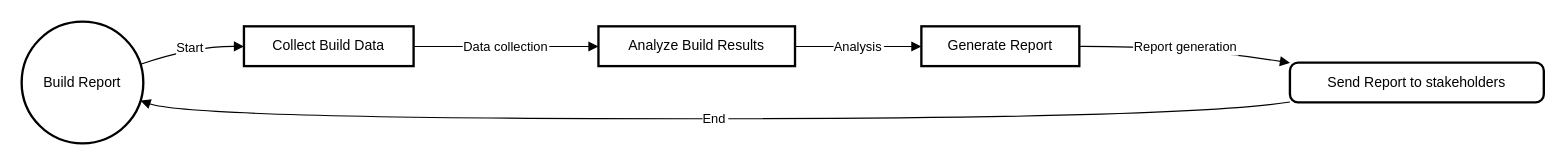
The draw.io diagram ME_Report.drawio in MondeMbono/Work_Stuff, before the edit. Source tidied: cells renumbered, new cells numbered last; positions are measured from the earlier drawing's top-left corner, leaving out a move shared by most shapes. Both pictures are drawn from the tidied source at 117%, with x=0, y=0 at pixel (21, 21).
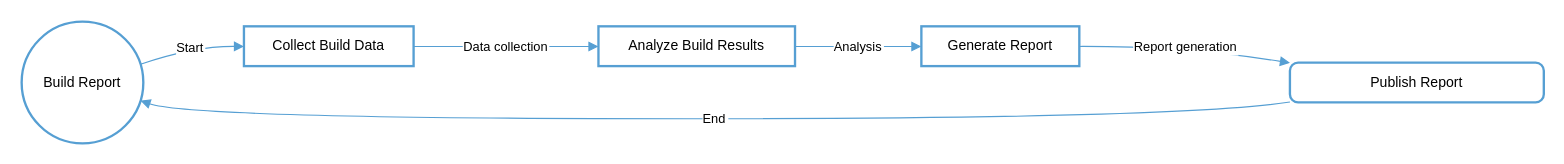
Above is the later version.

The edit, as a diff of the source:
```diff
@@
 <mxGraphModel>
   <root>
     <mxCell id="0" />
     <mxCell id="1" parent="0" />
-    <mxCell id="2" value="Build Report" style="ellipse;strokeWidth=2;whiteSpace=wrap;" parent="1" vertex="1">
+    <mxCell id="2" value="Build Report" style="ellipse;strokeWidth=2;whiteSpace=wrap;strokeColor=#569fd3;" parent="1" vertex="1">
       <mxGeometry width="104" height="104" as="geometry" />
     </mxCell>
-    <mxCell id="3" value="Collect Build Data" style="whiteSpace=wrap;strokeWidth=2;" parent="1" vertex="1">
+    <mxCell id="3" value="Collect Build Data" style="whiteSpace=wrap;strokeWidth=2;strokeColor=#569fd3;" parent="1" vertex="1">
       <mxGeometry x="190" y="4" width="145" height="34" as="geometry" />
     </mxCell>
-    <mxCell id="4" value="Analyze Build Results" style="whiteSpace=wrap;strokeWidth=2;" parent="1" vertex="1">
+    <mxCell id="4" value="Analyze Build Results" style="whiteSpace=wrap;strokeWidth=2;strokeColor=#569fd3;" parent="1" vertex="1">
       <mxGeometry x="493" y="4" width="168" height="34" as="geometry" />
     </mxCell>
-    <mxCell id="5" value="Generate Report" style="whiteSpace=wrap;strokeWidth=2;" parent="1" vertex="1">
+    <mxCell id="5" value="Generate Report" style="whiteSpace=wrap;strokeWidth=2;strokeColor=#569fd3;" parent="1" vertex="1">
       <mxGeometry x="769" y="4" width="135" height="34" as="geometry" />
     </mxCell>
-    <mxCell id="6" value="Send Report to stakeholders" style="rounded=1;absoluteArcSize=1;arcSize=14;whiteSpace=wrap;strokeWidth=2;" parent="1" vertex="1">
+    <mxCell id="6" value="Publish Report" style="rounded=1;absoluteArcSize=1;arcSize=14;whiteSpace=wrap;strokeWidth=2;strokeColor=#569fd3;" parent="1" vertex="1">
       <mxGeometry x="1084" y="35" width="217" height="34" as="geometry" />
     </mxCell>
-    <mxCell id="7" value="Start" style="curved=1;startArrow=none;endArrow=block;exitX=0.9992487980769231;exitY=0.33755066642912507;entryX=-0.002855603448275862;entryY=0.5062040441176471;" parent="1" edge="1" source="2" target="3">
+    <mxCell id="7" value="Start" style="curved=1;startArrow=none;endArrow=block;exitX=0.9992487980769231;exitY=0.33755066642912507;entryX=-0.002855603448275862;entryY=0.5062040441176471;strokeColor=#569fd3;" parent="1" edge="1" source="2" target="3">
       <mxGeometry relative="1" as="geometry">
         <Array as="points">
           <mxPoint x="147" y="21" />
         </Array>
       </mxGeometry>
     </mxCell>
-    <mxCell id="8" value="Data collection" style="curved=1;startArrow=none;endArrow=block;exitX=0.995635775862069;exitY=0.5062040441176471;entryX=0.001441592261904762;entryY=0.5062040441176471;" parent="1" edge="1" source="3" target="4">
+    <mxCell id="8" value="Data collection" style="curved=1;startArrow=none;endArrow=block;exitX=0.995635775862069;exitY=0.5062040441176471;entryX=0.001441592261904762;entryY=0.5062040441176471;strokeColor=#569fd3;" parent="1" edge="1" source="3" target="4">
       <mxGeometry relative="1" as="geometry" />
     </mxCell>
-    <mxCell id="9" value="Analysis" style="curved=1;startArrow=none;endArrow=block;exitX=1.0003720238095237;exitY=0.5062040441176471;entryX=0.002199074074074074;entryY=0.5062040441176471;" parent="1" edge="1" source="4" target="5">
+    <mxCell id="9" value="Analysis" style="curved=1;startArrow=none;endArrow=block;exitX=1.0003720238095237;exitY=0.5062040441176471;entryX=0.002199074074074074;entryY=0.5062040441176471;strokeColor=#569fd3;" parent="1" edge="1" source="4" target="5">
       <mxGeometry relative="1" as="geometry" />
     </mxCell>
-    <mxCell id="10" value="Report generation" style="curved=1;startArrow=none;endArrow=block;exitX=0.999537037037037;exitY=0.5062040441176471;entryX=-0.0020521313364055297;entryY=0.004176291067976019;" parent="1" edge="1" source="5" target="6">
+    <mxCell id="10" value="Report generation" style="curved=1;startArrow=none;endArrow=block;exitX=0.999537037037037;exitY=0.5062040441176471;entryX=-0.0020521313364055297;entryY=0.004176291067976019;strokeColor=#569fd3;" parent="1" edge="1" source="5" target="6">
       <mxGeometry relative="1" as="geometry">
         <Array as="points">
           <mxPoint x="994" y="21" />
         </Array>
       </mxGeometry>
     </mxCell>
-    <mxCell id="11" value="End" style="curved=1;startArrow=none;endArrow=block;exitX=-0.0020521313364055297;exitY=0.9935259148143767;entryX=0.9992487980769231;entryY=0.661698131647798;" parent="1" edge="1" source="6" target="2">
+    <mxCell id="11" value="End" style="curved=1;startArrow=none;endArrow=block;exitX=-0.0020521313364055297;exitY=0.9935259148143767;entryX=0.9992487980769231;entryY=0.661698131647798;strokeColor=#569fd3;" parent="1" edge="1" source="6" target="2">
       <mxGeometry relative="1" as="geometry">
         <Array as="points">
           <mxPoint x="994" y="83" />
           <mxPoint x="147" y="83" />
         </Array>
       </mxGeometry>
     </mxCell>
   </root>
 </mxGraphModel>
```
